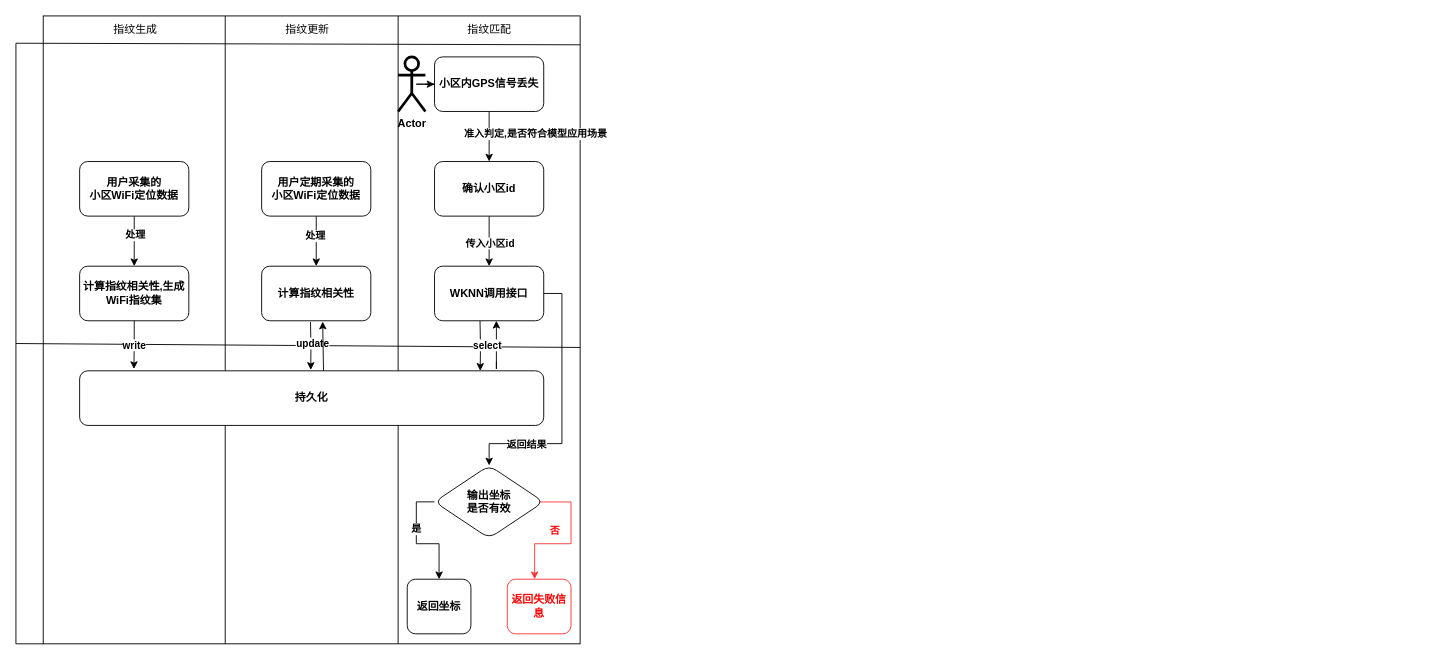
Before: 未命名绘图.drawio in TimTigger/learngit, a draw.io diagram. Source tidied: cells renumbered, new cells numbered last; positions are measured from the earlier drawing's top-left corner, leaving out a move shared by most shapes. Both pictures are drawn from the tidied source at 91%, with x=0, y=0 at pixel (15, 15).
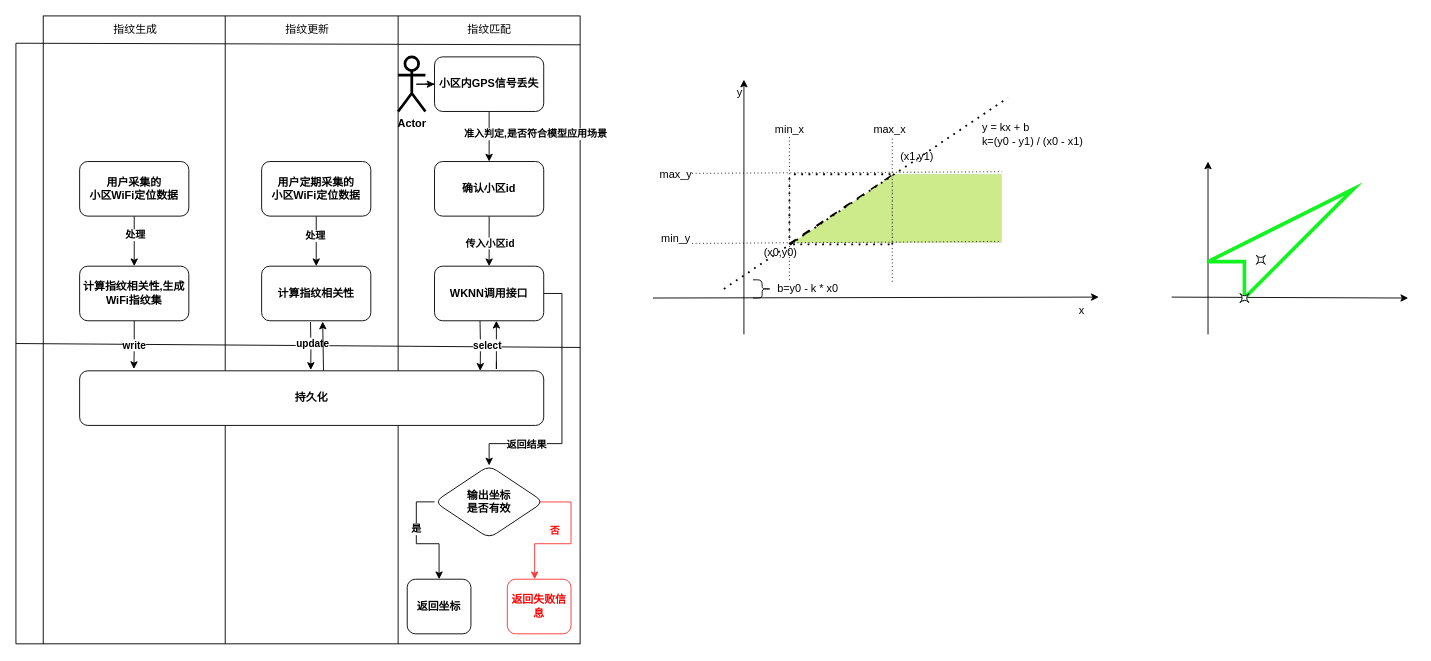
Above is the later version.

Commit message:
更新未命名绘图.drawio

Change to the diagram source:
```diff
@@
+    <mxCell id="49" style="group;strokeWidth=0;" parent="1" vertex="1">
+      <mxGeometry x="857.5" y="162.5" width="225.5" height="95" as="geometry" />
+    </mxCell>
+    <mxCell id="50" style="group;rotation=-90;" parent="49" vertex="1">
+      <mxGeometry x="12.5" y="-11.5" width="95" height="120" as="geometry" />
+    </mxCell>
+    <mxCell id="51" style="endArrow=none;html=1;rounded=0;strokeWidth=3;dashed=1;" parent="50" edge="1">
+      <mxGeometry relative="1" as="geometry">
+        <mxPoint x="-20" y="100" as="sourcePoint" />
+        <mxPoint x="100" y="20" as="targetPoint" />
+      </mxGeometry>
+    </mxCell>
+    <mxCell id="52" style="endArrow=none;dashed=1;html=1;dashPattern=1 3;strokeWidth=2;rounded=0;" parent="50" edge="1">
+      <mxGeometry relative="1" as="geometry">
+        <mxPoint x="90" y="100" as="sourcePoint" />
+        <mxPoint x="-20" y="100" as="targetPoint" />
+      </mxGeometry>
+    </mxCell>
+    <mxCell id="53" style="endArrow=none;dashed=1;html=1;dashPattern=1 3;strokeWidth=2;rounded=0;" parent="50" edge="1">
+      <mxGeometry relative="1" as="geometry">
+        <mxPoint x="93" y="100" as="sourcePoint" />
+        <mxPoint x="93" y="30" as="targetPoint" />
+      </mxGeometry>
+    </mxCell>
+    <mxCell id="54" style="endArrow=none;dashed=1;html=1;dashPattern=1 3;strokeWidth=2;rounded=0;" parent="50" edge="1">
+      <mxGeometry relative="1" as="geometry">
+        <mxPoint x="-20" y="93" as="sourcePoint" />
+        <mxPoint x="-20" y="23" as="targetPoint" />
+      </mxGeometry>
+    </mxCell>
+    <mxCell id="55" style="endArrow=none;dashed=1;html=1;dashPattern=1 3;strokeWidth=2;rounded=0;" parent="50" edge="1">
+      <mxGeometry relative="1" as="geometry">
+        <mxPoint x="91" y="23" as="sourcePoint" />
+        <mxPoint x="-19" y="23" as="targetPoint" />
+      </mxGeometry>
+    </mxCell>
+    <mxCell id="56" style="verticalLabelPosition=bottom;verticalAlign=top;html=1;shape=mxgraph.basic.orthogonal_triangle;rotation=-90;fillColor=#cdeb8b;strokeColor=#36393d;strokeWidth=0;" parent="50" vertex="1">
+      <mxGeometry x="1.8" y="7" width="73.8" height="108.8" as="geometry" />
+    </mxCell>
+    <mxCell id="57" style="verticalLabelPosition=bottom;verticalAlign=top;html=1;shape=mxgraph.basic.rect;fillColor2=none;strokeWidth=0;size=20;indent=5;fillColor=#cdeb8b;strokeColor=#36393d;" parent="49" vertex="1">
+      <mxGeometry x="105.5" y="11.5" width="120" height="75" as="geometry" />
+    </mxCell>
@@
+    <mxCell id="58" style="endArrow=classic;html=1;rounded=0;" parent="1" edge="1">
+      <mxGeometry relative="1" as="geometry">
+        <mxPoint x="1270" y="309" as="sourcePoint" />
+        <mxPoint x="1530" y="310" as="targetPoint" />
+      </mxGeometry>
+    </mxCell>
+    <mxCell id="59" style="endArrow=classic;html=1;rounded=0;" parent="1" edge="1">
+      <mxGeometry relative="1" as="geometry">
+        <mxPoint x="1310" y="350" as="sourcePoint" />
+        <mxPoint x="1310" y="160" as="targetPoint" />
+      </mxGeometry>
+    </mxCell>
+    <mxCell id="60" style="endArrow=none;html=1;rounded=0;strokeWidth=4;strokeColor=#12f321;" parent="1" edge="1">
+      <mxGeometry relative="1" as="geometry">
+        <mxPoint x="1310" y="270" as="sourcePoint" />
+        <mxPoint x="1310" y="270" as="targetPoint" />
+        <Array as="points">
+          <mxPoint x="1330" y="270" />
+          <mxPoint x="1350" y="270" />
+          <mxPoint x="1350" y="310" />
+          <mxPoint x="1470" y="190" />
+        </Array>
+      </mxGeometry>
+    </mxCell>
+    <mxCell id="61" style="endArrow=classic;html=1;rounded=0;" parent="1" edge="1">
+      <mxGeometry relative="1" as="geometry">
+        <mxPoint x="700" y="310" as="sourcePoint" />
+        <mxPoint x="1190" y="309" as="targetPoint" />
+      </mxGeometry>
+    </mxCell>
+    <mxCell id="62" style="endArrow=classic;html=1;rounded=0;" parent="1" edge="1">
+      <mxGeometry relative="1" as="geometry">
+        <mxPoint x="800" y="350" as="sourcePoint" />
+        <mxPoint x="800" y="70" as="targetPoint" />
+      </mxGeometry>
+    </mxCell>
+    <mxCell id="63" value="(x0,y0)" style="text;html=1;align=center;verticalAlign=middle;strokeColor=none;fillColor=none;" parent="1" vertex="1">
+      <mxGeometry x="810" y="245" width="60" height="30" as="geometry" />
+    </mxCell>
+    <mxCell id="64" value="(x1,y1)" style="text;html=1;align=center;verticalAlign=middle;strokeColor=none;fillColor=none;" parent="1" vertex="1">
+      <mxGeometry x="960" y="140" width="60" height="30" as="geometry" />
+    </mxCell>
+    <mxCell id="65" style="endArrow=none;dashed=1;html=1;dashPattern=1 3;strokeWidth=1;rounded=0;entryX=1.003;entryY=-0.037;entryDx=0;entryDy=0;entryPerimeter=0;" parent="1" edge="1" target="57">
+      <mxGeometry relative="1" as="geometry">
+        <mxPoint x="743" y="173" as="sourcePoint" />
+      </mxGeometry>
+    </mxCell>
+    <mxCell id="66" style="endArrow=none;dashed=1;html=1;dashPattern=1 3;strokeWidth=1;rounded=0;entryX=0.979;entryY=0.984;entryDx=0;entryDy=0;entryPerimeter=0;" parent="1" edge="1" target="57">
+      <mxGeometry relative="1" as="geometry">
+        <mxPoint x="743" y="250" as="sourcePoint" />
+      </mxGeometry>
+    </mxCell>
+    <mxCell id="67" value="max_y" style="text;html=1;align=center;verticalAlign=middle;strokeColor=none;fillColor=none;" parent="1" vertex="1">
+      <mxGeometry x="695" y="160" width="60" height="30" as="geometry" />
+    </mxCell>
+    <mxCell id="68" value="min_y" style="text;html=1;align=center;verticalAlign=middle;strokeColor=none;fillColor=none;" parent="1" vertex="1">
+      <mxGeometry x="695" y="230" width="60" height="30" as="geometry" />
+    </mxCell>
+    <mxCell id="69" style="endArrow=none;dashed=1;html=1;dashPattern=1 3;strokeWidth=1;rounded=0;" parent="1" edge="1">
+      <mxGeometry relative="1" as="geometry">
+        <mxPoint x="850" y="290" as="sourcePoint" />
+        <mxPoint x="850" y="130" as="targetPoint" />
+      </mxGeometry>
+    </mxCell>
+    <mxCell id="70" style="endArrow=none;dashed=1;html=1;dashPattern=1 3;strokeWidth=1;rounded=0;" parent="1" edge="1">
+      <mxGeometry relative="1" as="geometry">
+        <mxPoint x="963" y="292" as="sourcePoint" />
+        <mxPoint x="963" y="132" as="targetPoint" />
+      </mxGeometry>
+    </mxCell>
+    <mxCell id="71" value="min_x" style="text;html=1;align=center;verticalAlign=middle;strokeColor=none;fillColor=none;" parent="1" vertex="1">
+      <mxGeometry x="820" y="110" width="60" height="30" as="geometry" />
+    </mxCell>
+    <mxCell id="72" value="max_x" style="text;html=1;align=center;verticalAlign=middle;strokeColor=none;fillColor=none;" parent="1" vertex="1">
+      <mxGeometry x="930" y="110" width="60" height="30" as="geometry" />
+    </mxCell>
+    <mxCell id="73" style="endArrow=none;dashed=1;html=1;dashPattern=1 3;strokeWidth=2;rounded=0;" parent="1" edge="1">
+      <mxGeometry relative="1" as="geometry">
+        <mxPoint x="778" y="300" as="sourcePoint" />
+        <mxPoint x="1090" y="90" as="targetPoint" />
+      </mxGeometry>
+    </mxCell>
+    <mxCell id="74" value="&lt;font style=&quot;font-size: 12px;&quot;&gt;y = kx + b&lt;br&gt;k=(y0 - y1) / (x0 - x1)&lt;/font&gt;" style="text;html=1;align=left;verticalAlign=middle;strokeColor=none;fillColor=none;fontSize=9;" parent="1" vertex="1">
+      <mxGeometry x="1060" y="110" width="140" height="40" as="geometry" />
+    </mxCell>
+    <mxCell id="75" style="shape=curlyBracket;whiteSpace=wrap;html=1;rounded=1;flipH=1;labelPosition=right;verticalLabelPosition=middle;align=left;verticalAlign=middle;size=0.5;" parent="1" vertex="1">
+      <mxGeometry x="810" y="290" width="20" height="20" as="geometry" />
+    </mxCell>
+    <mxCell id="76" value="b=y0 - k * x0" style="text;html=1;align=center;verticalAlign=middle;strokeColor=none;fillColor=none;" parent="1" vertex="1">
+      <mxGeometry x="820" y="285" width="100" height="30" as="geometry" />
+    </mxCell>
+    <mxCell id="77" value="x" style="text;html=1;align=center;verticalAlign=middle;strokeColor=none;fillColor=none;" parent="1" vertex="1">
+      <mxGeometry x="1156" y="309" width="30" height="30" as="geometry" />
+    </mxCell>
+    <mxCell id="78" value="y" style="text;html=1;align=center;verticalAlign=middle;strokeColor=none;fillColor=none;" parent="1" vertex="1">
+      <mxGeometry x="780" y="70" width="30" height="30" as="geometry" />
+    </mxCell>
+    <mxCell id="79" style="shape=switch;whiteSpace=wrap;html=1;" parent="1" vertex="1">
+      <mxGeometry x="1363" y="263" width="10" height="10" as="geometry" />
+    </mxCell>
+    <mxCell id="80" style="shape=switch;whiteSpace=wrap;html=1;" parent="1" vertex="1">
+      <mxGeometry x="1345" y="305" width="10" height="10" as="geometry" />
+    </mxCell>
```
